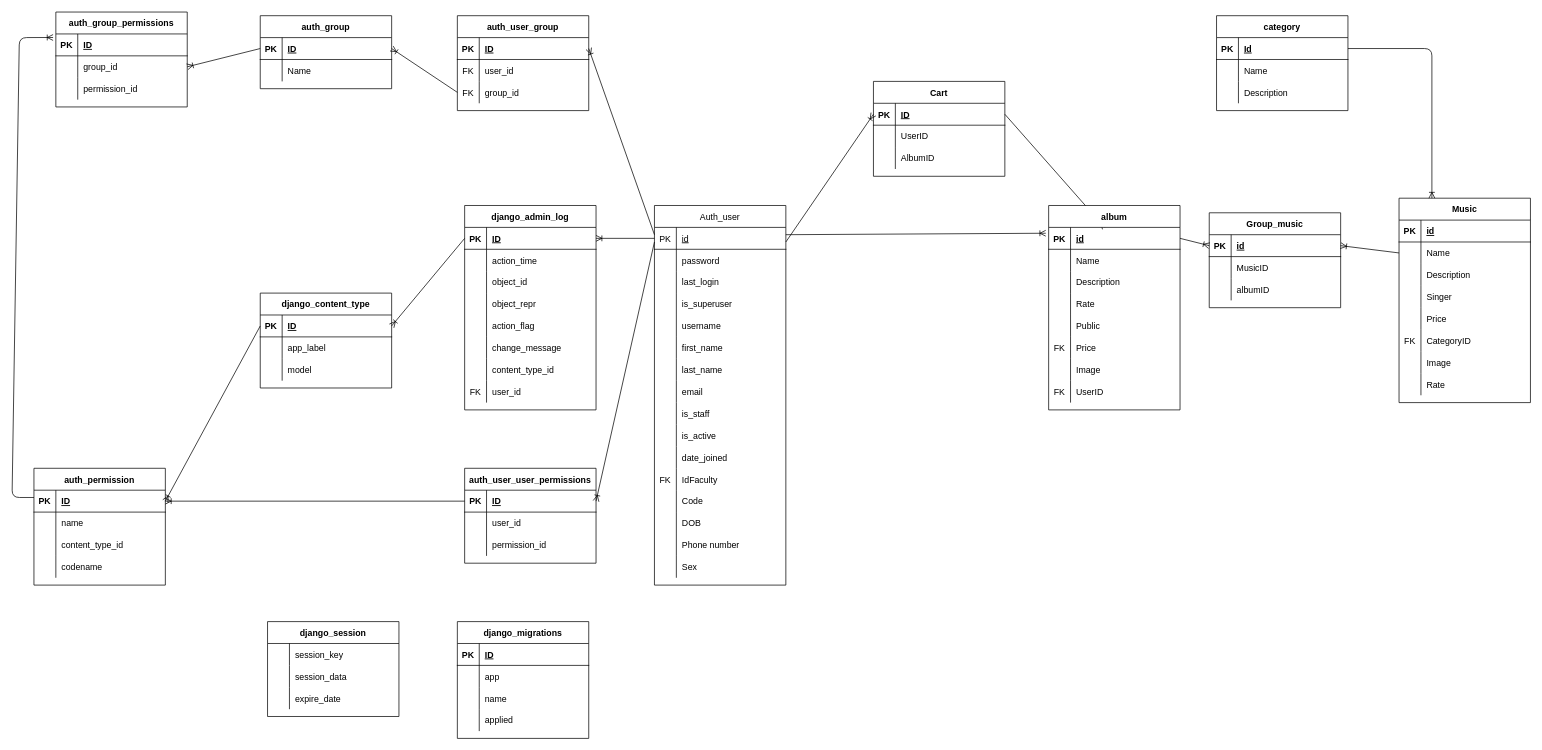
phamdat16041999/hai_phong keeps this draw.io diagram as db.drawio. Above is the earlier version. Source tidied: cells renumbered, new cells numbered last; positions are measured from the earlier drawing's top-left corner, leaving out a move shared by most shapes. Both pictures are drawn from the tidied source at 73%, with x=0, y=0 at pixel (12, 12).
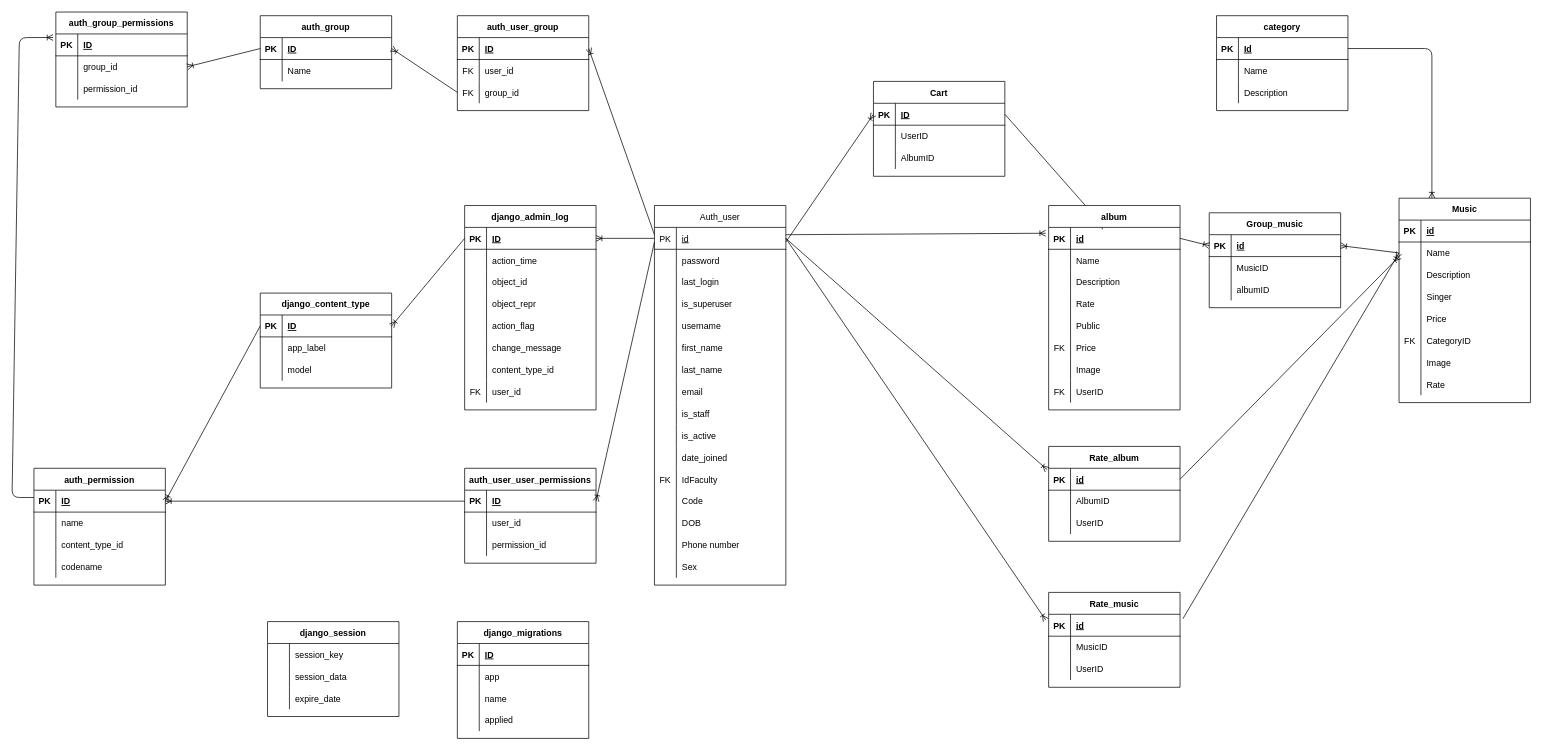
The same page after the edit.

Unchanged cells that the change refers to:
```xml
<mxCell id="3" style="shape=partialRectangle;fillColor=none;top=0;left=0;bottom=1;right=0;points=[[0,0.5],[1,0.5]];portConstraint=eastwest;" parent="2" vertex="1">
  <mxGeometry y="30" width="180" height="30" as="geometry" />
</mxCell>
<mxCell id="182" style="shape=partialRectangle;fillColor=none;top=0;left=0;bottom=0;right=0;points=[[0,0.5],[1,0.5]];portConstraint=eastwest;" parent="178" vertex="1">
  <mxGeometry y="60" width="180" height="30" as="geometry" />
</mxCell>
```

Diff of the diagram source:
```diff
@@
+    <mxCell id="254" value="Rate_album" style="shape=table;startSize=30;childLayout=tableLayout;rowLines=0;fontStyle=1;align=center;" parent="1" vertex="1">
+      <mxGeometry x="1420" y="595" width="180" height="130" as="geometry" />
+    </mxCell>
+    <mxCell id="255" style="shape=partialRectangle;fillColor=none;top=0;left=0;bottom=1;right=0;points=[[0,0.5],[1,0.5]];portConstraint=eastwest;" parent="254" vertex="1">
+      <mxGeometry y="30" width="180" height="30" as="geometry" />
+    </mxCell>
+    <mxCell id="256" value="PK" style="shape=partialRectangle;fillColor=none;top=0;left=0;bottom=0;right=0;fontStyle=1;overflow=hidden;" parent="255" vertex="1">
+      <mxGeometry width="30" height="30" as="geometry" />
+    </mxCell>
+    <mxCell id="257" value="id" style="shape=partialRectangle;fillColor=none;top=0;left=0;bottom=0;right=0;align=left;spacingLeft=6;fontStyle=5;overflow=hidden;" parent="255" vertex="1">
+      <mxGeometry x="30" width="150" height="30" as="geometry" />
+    </mxCell>
+    <mxCell id="258" style="shape=partialRectangle;fillColor=none;top=0;left=0;bottom=0;right=0;" parent="254" vertex="1">
+      <mxGeometry y="60" width="180" height="30" as="geometry" />
+    </mxCell>
+    <mxCell id="259" style="shape=partialRectangle;fillColor=none;top=0;left=0;bottom=0;right=0;overflow=hidden;" parent="258" vertex="1">
+      <mxGeometry width="30" height="30" as="geometry" />
+    </mxCell>
+    <mxCell id="260" value="AlbumID" style="shape=partialRectangle;fillColor=none;top=0;left=0;bottom=0;right=0;align=left;spacingLeft=6;overflow=hidden;" parent="258" vertex="1">
+      <mxGeometry x="30" width="150" height="30" as="geometry" />
+    </mxCell>
+    <mxCell id="261" style="shape=partialRectangle;fillColor=none;top=0;left=0;bottom=0;right=0;" parent="254" vertex="1">
+      <mxGeometry y="90" width="180" height="30" as="geometry" />
+    </mxCell>
+    <mxCell id="262" style="shape=partialRectangle;fillColor=none;top=0;left=0;bottom=0;right=0;overflow=hidden;" parent="261" vertex="1">
+      <mxGeometry width="30" height="30" as="geometry" />
+    </mxCell>
+    <mxCell id="263" value="UserID" style="shape=partialRectangle;fillColor=none;top=0;left=0;bottom=0;right=0;align=left;spacingLeft=6;overflow=hidden;" parent="261" vertex="1">
+      <mxGeometry x="30" width="150" height="30" as="geometry" />
+    </mxCell>
+    <mxCell id="264" value="Rate_music" style="shape=table;startSize=30;childLayout=tableLayout;rowLines=0;fontStyle=1;align=center;" parent="1" vertex="1">
+      <mxGeometry x="1420" y="795" width="180" height="130" as="geometry" />
+    </mxCell>
+    <mxCell id="265" style="shape=partialRectangle;fillColor=none;top=0;left=0;bottom=1;right=0;points=[[0,0.5],[1,0.5]];portConstraint=eastwest;" parent="264" vertex="1">
+      <mxGeometry y="30" width="180" height="30" as="geometry" />
+    </mxCell>
+    <mxCell id="266" value="PK" style="shape=partialRectangle;fillColor=none;top=0;left=0;bottom=0;right=0;fontStyle=1;overflow=hidden;" parent="265" vertex="1">
+      <mxGeometry width="30" height="30" as="geometry" />
+    </mxCell>
+    <mxCell id="267" value="id" style="shape=partialRectangle;fillColor=none;top=0;left=0;bottom=0;right=0;align=left;spacingLeft=6;fontStyle=5;overflow=hidden;" parent="265" vertex="1">
+      <mxGeometry x="30" width="150" height="30" as="geometry" />
+    </mxCell>
+    <mxCell id="268" style="shape=partialRectangle;fillColor=none;top=0;left=0;bottom=0;right=0;" parent="264" vertex="1">
+      <mxGeometry y="60" width="180" height="30" as="geometry" />
+    </mxCell>
+    <mxCell id="269" style="shape=partialRectangle;fillColor=none;top=0;left=0;bottom=0;right=0;overflow=hidden;" parent="268" vertex="1">
+      <mxGeometry width="30" height="30" as="geometry" />
+    </mxCell>
+    <mxCell id="270" value="MusicID" style="shape=partialRectangle;fillColor=none;top=0;left=0;bottom=0;right=0;align=left;spacingLeft=6;overflow=hidden;" parent="268" vertex="1">
+      <mxGeometry x="30" width="150" height="30" as="geometry" />
+    </mxCell>
+    <mxCell id="271" style="shape=partialRectangle;fillColor=none;top=0;left=0;bottom=0;right=0;" parent="264" vertex="1">
+      <mxGeometry y="90" width="180" height="30" as="geometry" />
+    </mxCell>
+    <mxCell id="272" style="shape=partialRectangle;fillColor=none;top=0;left=0;bottom=0;right=0;overflow=hidden;" parent="271" vertex="1">
+      <mxGeometry width="30" height="30" as="geometry" />
+    </mxCell>
+    <mxCell id="273" value="UserID" style="shape=partialRectangle;fillColor=none;top=0;left=0;bottom=0;right=0;align=left;spacingLeft=6;overflow=hidden;" parent="271" vertex="1">
+      <mxGeometry x="30" width="150" height="30" as="geometry" />
+    </mxCell>
+    <mxCell id="274" style="fontSize=12;html=1;endArrow=ERoneToMany;exitX=1;exitY=0.5;exitDx=0;exitDy=0;entryX=-0.011;entryY=0.067;entryDx=0;entryDy=0;entryPerimeter=0;" parent="1" edge="1" source="3" target="255">
+      <mxGeometry relative="1" as="geometry" />
+    </mxCell>
+    <mxCell id="275" style="fontSize=12;html=1;endArrow=ERoneToMany;exitX=1;exitY=0.5;exitDx=0;exitDy=0;entryX=-0.022;entryY=0.267;entryDx=0;entryDy=0;entryPerimeter=0;" parent="1" edge="1" source="3" target="265">
+      <mxGeometry relative="1" as="geometry" />
+    </mxCell>
+    <mxCell id="276" style="fontSize=12;html=1;endArrow=ERoneToMany;exitX=1.022;exitY=0.2;exitDx=0;exitDy=0;exitPerimeter=0;entryX=0;entryY=0.5;entryDx=0;entryDy=0;" parent="1" edge="1" source="265" target="182">
+      <mxGeometry relative="1" as="geometry" />
+    </mxCell>
+    <mxCell id="277" style="fontSize=12;html=1;endArrow=ERoneToMany;exitX=1;exitY=0.5;exitDx=0;exitDy=0;" parent="1" edge="1" source="255">
+      <mxGeometry relative="1" as="geometry">
+        <mxPoint x="1900" y="335" as="targetPoint" />
+      </mxGeometry>
+    </mxCell>
```
